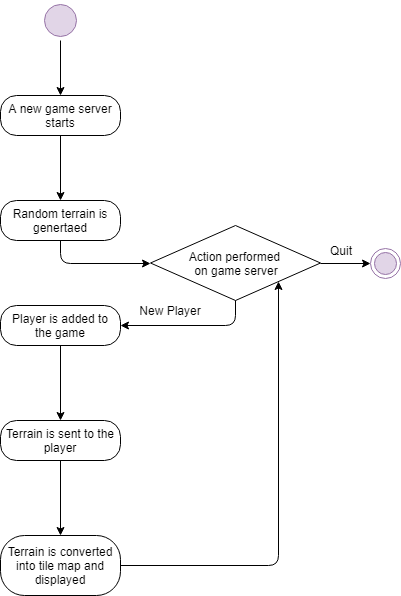
Earlier version of the draw.io export documentation/StoryDiagrams/Story7_ActivityDiagram.png (maxdevos49/COMS-319-Group-Project). Source tidied: cells renumbered, new cells last; positions are measured from the earlier drawing's top-left corner, leaving out a move shared by most shapes.
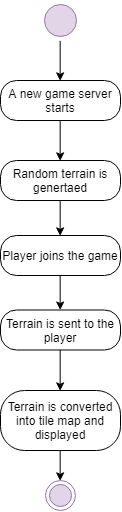
Later version of the same file.

What changed in the source:
```diff
@@ -3,25 +3,25 @@
     <mxCell id="0" />
     <mxCell id="1" parent="0" />
     <mxCell id="2" style="ellipse;html=1;shape=startState;fillColor=#e1d5e7;strokeColor=#9673a6;" parent="1" vertex="1">
-      <mxGeometry x="40" width="40" height="40" as="geometry" />
+      <mxGeometry x="40" y="70" width="40" height="40" as="geometry" />
     </mxCell>
     <mxCell id="3" value="A new game server starts" style="rounded=1;whiteSpace=wrap;html=1;arcSize=40;" parent="1" vertex="1">
-      <mxGeometry y="95" width="120" height="40" as="geometry" />
+      <mxGeometry y="150" width="120" height="40" as="geometry" />
     </mxCell>
     <mxCell id="4" value="Random terrain is genertaed" style="rounded=1;whiteSpace=wrap;html=1;arcSize=40;" parent="1" vertex="1">
-      <mxGeometry y="200" width="120" height="40" as="geometry" />
+      <mxGeometry y="230" width="120" height="40" as="geometry" />
     </mxCell>
     <mxCell id="5" style="endArrow=classic;html=1;entryX=0.5;entryY=0;entryDx=0;entryDy=0;exitX=0.5;exitY=1;exitDx=0;exitDy=0;" parent="1" edge="1" source="3" target="4">
       <mxGeometry relative="1" as="geometry" />
     </mxCell>
-    <mxCell id="6" value="Player is added to the game" style="rounded=1;whiteSpace=wrap;html=1;arcSize=40;" parent="1" vertex="1">
+    <mxCell id="6" value="Player joins the game" style="rounded=1;whiteSpace=wrap;html=1;arcSize=40;" parent="1" vertex="1">
       <mxGeometry y="305" width="120" height="40" as="geometry" />
     </mxCell>
     <mxCell id="7" value="Terrain is sent to the player" style="rounded=1;whiteSpace=wrap;html=1;arcSize=40;" parent="1" vertex="1">
-      <mxGeometry y="420" width="120" height="40" as="geometry" />
+      <mxGeometry y="379.5" width="120" height="40" as="geometry" />
     </mxCell>
     <mxCell id="8" value="Terrain is converted into tile map and displayed" style="rounded=1;whiteSpace=wrap;html=1;arcSize=40;" parent="1" vertex="1">
-      <mxGeometry y="535" width="120" height="60" as="geometry" />
+      <mxGeometry y="460" width="120" height="60" as="geometry" />
     </mxCell>
     <mxCell id="9" style="endArrow=classic;html=1;exitX=0.5;exitY=1;exitDx=0;exitDy=0;entryX=0.5;entryY=0;entryDx=0;entryDy=0;" parent="1" edge="1" source="7" target="8">
       <mxGeometry relative="1" as="geometry" />
@@ -29,46 +29,17 @@
     <mxCell id="10" style="endArrow=classic;html=1;exitX=0.5;exitY=1;exitDx=0;exitDy=0;entryX=0.5;entryY=0;entryDx=0;entryDy=0;" parent="1" edge="1" source="6" target="7">
       <mxGeometry relative="1" as="geometry" />
     </mxCell>
-    <mxCell id="11" style="endArrow=classic;html=1;exitX=0.5;exitY=1;exitDx=0;exitDy=0;entryX=0;entryY=0.5;entryDx=0;entryDy=0;" parent="1" edge="1" source="4" target="12">
-      <mxGeometry relative="1" as="geometry">
-        <Array as="points">
-          <mxPoint x="60" y="263" />
-        </Array>
-      </mxGeometry>
-    </mxCell>
-    <mxCell id="12" value="Action performed &lt;br&gt;on game server" style="rhombus;whiteSpace=wrap;html=1;" parent="1" vertex="1">
-      <mxGeometry x="150" y="225" width="170" height="75" as="geometry" />
-    </mxCell>
-    <mxCell id="13" style="endArrow=classic;html=1;exitX=1;exitY=0.5;exitDx=0;exitDy=0;" parent="1" edge="1" source="12">
-      <mxGeometry relative="1" as="geometry">
-        <mxPoint x="370" y="263" as="targetPoint" />
-      </mxGeometry>
-    </mxCell>
-    <mxCell id="14" style="ellipse;html=1;shape=endState;fillColor=#e1d5e7;strokeColor=#9673a6;" parent="1" vertex="1">
-      <mxGeometry x="370" y="247.5" width="30" height="30" as="geometry" />
-    </mxCell>
-    <mxCell id="15" value="Quit" style="text;html=1;strokeColor=none;fillColor=none;align=center;verticalAlign=middle;whiteSpace=wrap;rounded=0;" parent="1" vertex="1">
-      <mxGeometry x="320" y="240" width="40" height="20" as="geometry" />
-    </mxCell>
-    <mxCell id="16" style="endArrow=classic;html=1;exitX=0.5;exitY=1;exitDx=0;exitDy=0;entryX=1;entryY=0.5;entryDx=0;entryDy=0;" parent="1" edge="1" source="12" target="6">
-      <mxGeometry relative="1" as="geometry">
-        <Array as="points">
-          <mxPoint x="235" y="325" />
-        </Array>
-      </mxGeometry>
-    </mxCell>
-    <mxCell id="17" value="New Player" style="text;html=1;strokeColor=none;fillColor=none;align=center;verticalAlign=middle;whiteSpace=wrap;rounded=0;" parent="1" vertex="1">
-      <mxGeometry x="130" y="300" width="80" height="20" as="geometry" />
-    </mxCell>
     <mxCell id="18" style="endArrow=classic;html=1;exitX=0.5;exitY=1;exitDx=0;exitDy=0;entryX=0.5;entryY=0;entryDx=0;entryDy=0;" parent="1" edge="1" source="2" target="3">
       <mxGeometry relative="1" as="geometry" />
     </mxCell>
-    <mxCell id="19" style="endArrow=classic;html=1;exitX=1;exitY=0.5;exitDx=0;exitDy=0;entryX=1;entryY=1;entryDx=0;entryDy=0;" parent="1" edge="1" source="8" target="12">
-      <mxGeometry relative="1" as="geometry">
-        <Array as="points">
-          <mxPoint x="278" y="565" />
-        </Array>
-      </mxGeometry>
-    </mxCell>
+    <mxCell id="20" style="endArrow=classic;html=1;exitX=0.5;exitY=1;exitDx=0;exitDy=0;entryX=0.5;entryY=0;entryDx=0;entryDy=0;" parent="1" edge="1" source="4" target="6">
+      <mxGeometry relative="1" as="geometry" />
+    </mxCell>
+    <mxCell id="21" style="ellipse;html=1;shape=endState;fillColor=#e1d5e7;strokeColor=#9673a6;" parent="1" vertex="1">
+      <mxGeometry x="45" y="550" width="30" height="30" as="geometry" />
+    </mxCell>
+    <mxCell id="22" style="endArrow=classic;html=1;exitX=0.5;exitY=1;exitDx=0;exitDy=0;entryX=0.5;entryY=0;entryDx=0;entryDy=0;" parent="1" edge="1" source="8" target="21">
+      <mxGeometry relative="1" as="geometry" />
+    </mxCell>
   </root>
 </mxGraphModel>
```
